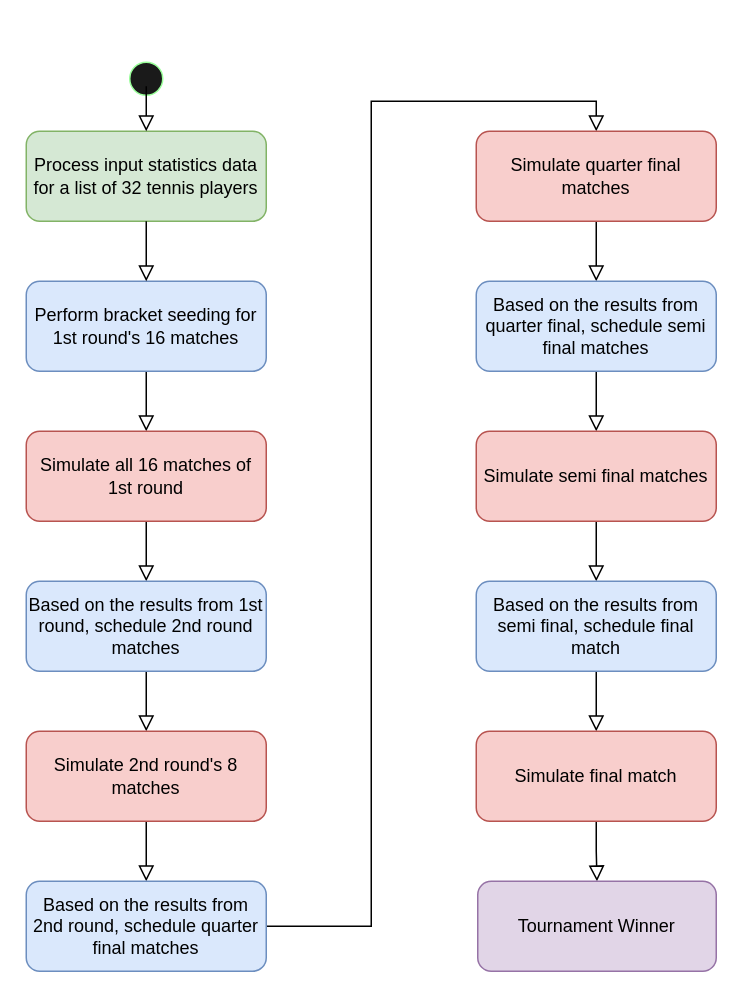
Earlier version of the draw.io diagram Final Project/TennisModel/HighLevelScheduleDiagram.drawio (sriksrik7/SYS-611). Source tidied: cells renumbered, new cells numbered last; positions are measured from the earlier drawing's top-left corner, leaving out a move shared by most shapes. Both pictures are drawn from the tidied source at 150%, with x=0, y=0 at pixel (26, 56).
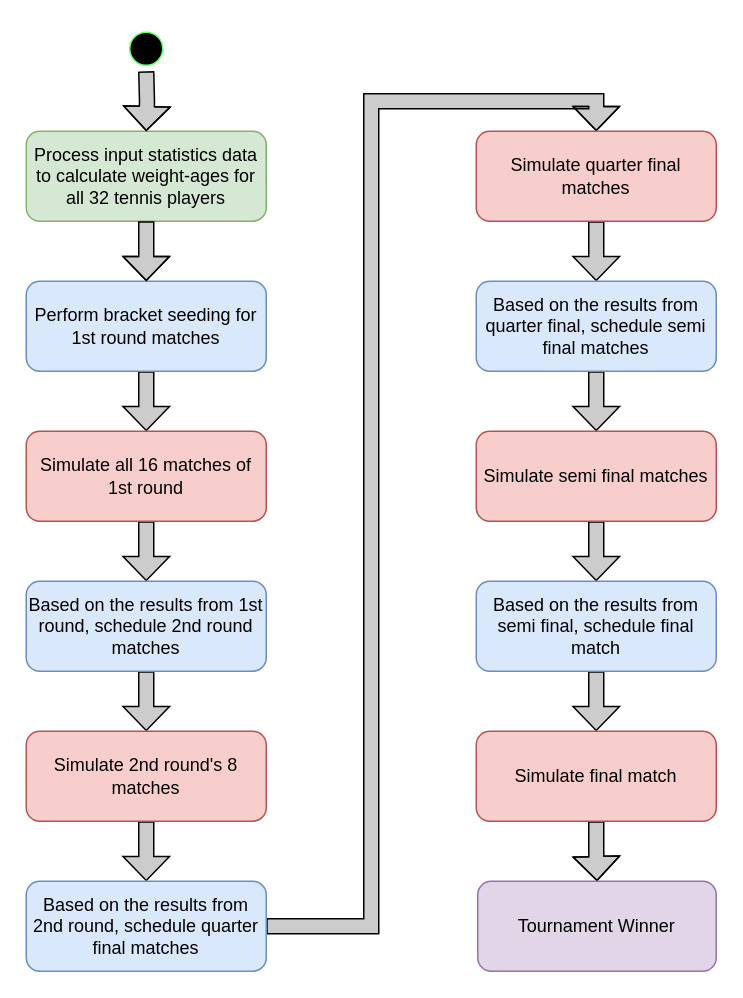
The same diagram, later.

The change refers to these unchanged cells:
```xml
<mxCell id="7" value="Simulate all 16 matches of 1st round" style="rounded=1;whiteSpace=wrap;html=1;fillColor=#f8cecc;strokeColor=#b85450;" parent="1" vertex="1">
  <mxGeometry y="250" width="160" height="60" as="geometry" />
</mxCell>
<mxCell id="9" value="Based on the results from 1st round, schedule 2nd round matches" style="rounded=1;whiteSpace=wrap;html=1;fillColor=#dae8fc;strokeColor=#6c8ebf;" parent="1" vertex="1">
  <mxGeometry y="350" width="160" height="60" as="geometry" />
</mxCell>
<mxCell id="11" value="Simulate 2nd round's 8 matches" style="rounded=1;whiteSpace=wrap;html=1;fillColor=#f8cecc;strokeColor=#b85450;" parent="1" vertex="1">
  <mxGeometry y="450" width="160" height="60" as="geometry" />
</mxCell>
<mxCell id="13" value="Based on the results from 2nd round, schedule quarter final matches" style="rounded=1;whiteSpace=wrap;html=1;fillColor=#dae8fc;strokeColor=#6c8ebf;" parent="1" vertex="1">
  <mxGeometry y="550" width="160" height="60" as="geometry" />
</mxCell>
<mxCell id="15" value="Simulate quarter final matches" style="rounded=1;whiteSpace=wrap;html=1;fillColor=#f8cecc;strokeColor=#b85450;" parent="1" vertex="1">
  <mxGeometry x="300" y="50" width="160" height="60" as="geometry" />
</mxCell>
<mxCell id="17" value="Based on the results from quarter final, schedule semi final matches" style="rounded=1;whiteSpace=wrap;html=1;fillColor=#dae8fc;strokeColor=#6c8ebf;" parent="1" vertex="1">
  <mxGeometry x="300" y="150" width="160" height="60" as="geometry" />
</mxCell>
<mxCell id="19" value="Simulate semi final matches" style="rounded=1;whiteSpace=wrap;html=1;fillColor=#f8cecc;strokeColor=#b85450;" parent="1" vertex="1">
  <mxGeometry x="300" y="250" width="160" height="60" as="geometry" />
</mxCell>
<mxCell id="21" value="Based on the results from semi final, schedule final match" style="rounded=1;whiteSpace=wrap;html=1;fillColor=#dae8fc;strokeColor=#6c8ebf;" parent="1" vertex="1">
  <mxGeometry x="300" y="350" width="160" height="60" as="geometry" />
</mxCell>
<mxCell id="23" value="Simulate final match" style="rounded=1;whiteSpace=wrap;html=1;fillColor=#f8cecc;strokeColor=#b85450;" parent="1" vertex="1">
  <mxGeometry x="300" y="450" width="160" height="60" as="geometry" />
</mxCell>
<mxCell id="24" value="Tournament Winner" style="rounded=1;whiteSpace=wrap;html=1;fillColor=#e1d5e7;strokeColor=#9673a6;" parent="1" vertex="1">
  <mxGeometry x="301" y="550" width="159" height="60" as="geometry" />
</mxCell>
```

The edit, as a diff of the source:
```diff
@@
-    <mxCell id="2" value="Process input statistics data for a list of 32 tennis players" style="rounded=1;whiteSpace=wrap;html=1;fontSize=12;glass=0;strokeWidth=1;shadow=0;fillColor=#d5e8d4;strokeColor=#82b366;" parent="1" vertex="1">
+    <mxCell id="2" value="Process input statistics data to calculate weight-ages for all 32 tennis players" style="rounded=1;whiteSpace=wrap;html=1;fontSize=12;glass=0;strokeWidth=1;shadow=0;fillColor=#d5e8d4;strokeColor=#82b366;" parent="1" vertex="1">
       <mxGeometry y="50" width="160" height="60" as="geometry" />
     </mxCell>
-    <mxCell id="3" style="edgeStyle=orthogonalEdgeStyle;rounded=0;jettySize=auto;html=1;endArrow=block;endFill=0;endSize=8;" parent="1" edge="1" source="4" target="7">
+    <mxCell id="3" style="edgeStyle=orthogonalEdgeStyle;rounded=0;jettySize=auto;html=1;endArrow=block;endFill=0;endSize=5;shape=flexArrow;startSize=3;strokeWidth=1;fillColor=#CCCCCC;" parent="1" edge="1" source="4" target="7">
       <mxGeometry relative="1" as="geometry" />
     </mxCell>
-    <mxCell id="4" value="Perform bracket seeding for 1st round's 16 matches" style="rounded=1;whiteSpace=wrap;html=1;fontSize=12;glass=0;strokeWidth=1;shadow=0;fillColor=#dae8fc;strokeColor=#6c8ebf;" parent="1" vertex="1">
+    <mxCell id="4" value="Perform bracket seeding for 1st round matches" style="rounded=1;whiteSpace=wrap;html=1;fontSize=12;glass=0;strokeWidth=1;shadow=0;fillColor=#dae8fc;strokeColor=#6c8ebf;" parent="1" vertex="1">
       <mxGeometry y="150" width="160" height="60" as="geometry" />
     </mxCell>
-    <mxCell id="5" style="rounded=1;html=1;jettySize=auto;fontSize=11;endArrow=block;endFill=0;endSize=8;strokeWidth=1;shadow=0;labelBackgroundColor=none;edgeStyle=orthogonalEdgeStyle;" parent="1" edge="1" source="2" target="4">
-      <mxGeometry relative="1" as="geometry" />
-    </mxCell>
-    <mxCell id="6" style="edgeStyle=orthogonalEdgeStyle;rounded=0;jettySize=auto;html=1;endArrow=block;endFill=0;endSize=8;" parent="1" edge="1" source="7" target="9">
+    <mxCell id="6" style="edgeStyle=orthogonalEdgeStyle;rounded=0;jettySize=auto;html=1;endArrow=block;endFill=0;endSize=5;shape=flexArrow;startSize=3;fillColor=#CCCCCC;" parent="1" edge="1" source="7" target="9">
       <mxGeometry relative="1" as="geometry" />
     </mxCell>
@@
-    <mxCell id="8" style="edgeStyle=orthogonalEdgeStyle;rounded=0;jettySize=auto;html=1;endArrow=block;endFill=0;endSize=8;" parent="1" edge="1" source="9" target="11">
+    <mxCell id="8" style="edgeStyle=orthogonalEdgeStyle;rounded=0;jettySize=auto;html=1;endArrow=block;endFill=0;endSize=5;shape=flexArrow;startSize=3;fillColor=#CCCCCC;" parent="1" edge="1" source="9" target="11">
       <mxGeometry relative="1" as="geometry" />
     </mxCell>
@@
-    <mxCell id="10" style="edgeStyle=orthogonalEdgeStyle;rounded=0;jettySize=auto;html=1;endArrow=block;endFill=0;endSize=8;" parent="1" edge="1" source="11" target="13">
+    <mxCell id="10" style="edgeStyle=orthogonalEdgeStyle;rounded=0;jettySize=auto;html=1;endArrow=block;endFill=0;endSize=5;shape=flexArrow;startSize=3;fillColor=#CCCCCC;" parent="1" edge="1" source="11" target="13">
       <mxGeometry relative="1" as="geometry" />
     </mxCell>
@@
-    <mxCell id="12" style="edgeStyle=orthogonalEdgeStyle;rounded=0;jettySize=auto;html=1;entryX=0.5;entryY=0;entryDx=0;entryDy=0;endArrow=block;endFill=0;endSize=8;" parent="1" edge="1" source="13" target="15">
+    <mxCell id="12" style="edgeStyle=orthogonalEdgeStyle;rounded=0;jettySize=auto;html=1;entryX=0.5;entryY=0;entryDx=0;entryDy=0;endArrow=block;endFill=0;endSize=5;startSize=3;shape=flexArrow;fillColor=#CCCCCC;" parent="1" edge="1" source="13" target="15">
       <mxGeometry relative="1" as="geometry" />
     </mxCell>
@@
-    <mxCell id="14" style="edgeStyle=orthogonalEdgeStyle;rounded=0;jettySize=auto;html=1;endArrow=block;endFill=0;endSize=8;" parent="1" edge="1" source="15" target="17">
+    <mxCell id="14" style="edgeStyle=orthogonalEdgeStyle;rounded=0;jettySize=auto;html=1;endArrow=block;endFill=0;endSize=5;shape=flexArrow;startSize=3;fillColor=#CCCCCC;" parent="1" edge="1" source="15" target="17">
       <mxGeometry relative="1" as="geometry" />
     </mxCell>
@@
-    <mxCell id="16" style="edgeStyle=orthogonalEdgeStyle;rounded=0;jettySize=auto;html=1;endArrow=block;endFill=0;endSize=8;" parent="1" edge="1" source="17" target="19">
+    <mxCell id="16" style="edgeStyle=orthogonalEdgeStyle;rounded=0;jettySize=auto;html=1;endArrow=block;endFill=0;endSize=5;shape=flexArrow;fillColor=#CCCCCC;startSize=3;" parent="1" edge="1" source="17" target="19">
       <mxGeometry relative="1" as="geometry" />
     </mxCell>
@@
-    <mxCell id="18" style="edgeStyle=orthogonalEdgeStyle;rounded=0;jettySize=auto;html=1;endArrow=block;endFill=0;endSize=8;" parent="1" edge="1" source="19" target="21">
+    <mxCell id="18" style="edgeStyle=orthogonalEdgeStyle;rounded=0;jettySize=auto;html=1;endArrow=block;endFill=0;endSize=5;shape=flexArrow;fillColor=#CCCCCC;startSize=3;" parent="1" edge="1" source="19" target="21">
       <mxGeometry relative="1" as="geometry" />
     </mxCell>
@@
-    <mxCell id="20" style="edgeStyle=orthogonalEdgeStyle;rounded=0;jettySize=auto;html=1;endArrow=block;endFill=0;endSize=8;" parent="1" edge="1" source="21" target="23">
+    <mxCell id="20" style="edgeStyle=orthogonalEdgeStyle;rounded=0;jettySize=auto;html=1;endArrow=block;endFill=0;endSize=5;shape=flexArrow;fillColor=#CCCCCC;startSize=3;" parent="1" edge="1" source="21" target="23">
       <mxGeometry relative="1" as="geometry" />
     </mxCell>
@@
-    <mxCell id="22" style="edgeStyle=orthogonalEdgeStyle;rounded=0;jettySize=auto;html=1;endArrow=block;endFill=0;endSize=8;" parent="1" edge="1" source="23" target="24">
+    <mxCell id="22" style="edgeStyle=orthogonalEdgeStyle;rounded=0;jettySize=auto;html=1;endArrow=block;endFill=0;endSize=5;shape=flexArrow;startSize=3;fillColor=#CCCCCC;" parent="1" edge="1" source="23" target="24">
       <mxGeometry relative="1" as="geometry" />
     </mxCell>
@@
-    <mxCell id="25" style="ellipse;html=1;shape=startState;fillColor=#1A1A1A;strokeColor=#99FF99;" parent="1" vertex="1">
-      <mxGeometry x="65" width="30" height="30" as="geometry" />
-    </mxCell>
-    <mxCell id="26" style="edgeStyle=orthogonalEdgeStyle;html=1;verticalAlign=bottom;endArrow=block;endSize=8;endFill=0;" parent="1" edge="1">
-      <mxGeometry relative="1" as="geometry">
-        <mxPoint x="80" y="20" as="sourcePoint" />
-        <mxPoint x="80" y="50" as="targetPoint" />
-      </mxGeometry>
-    </mxCell>
+    <mxCell id="27" style="edgeStyle=orthogonalEdgeStyle;rounded=0;jettySize=auto;html=1;endArrow=block;endFill=0;endSize=5;shape=flexArrow;startSize=3;exitX=0.5;exitY=1;exitDx=0;exitDy=0;fillColor=#CCCCCC;" parent="1" edge="1" source="2">
+      <mxGeometry relative="1" as="geometry">
+        <mxPoint x="80" y="150" as="targetPoint" />
+      </mxGeometry>
+    </mxCell>
+    <mxCell id="28" style="ellipse;html=1;shape=startState;fillColor=#000000;strokeColor=#66FF66;" parent="1" vertex="1">
+      <mxGeometry x="65" y="-20" width="30" height="30" as="geometry" />
+    </mxCell>
+    <mxCell id="29" style="edgeStyle=orthogonalEdgeStyle;html=1;verticalAlign=bottom;endArrow=open;endSize=5;fillColor=#CCCCCC;shape=flexArrow;startSize=3;entryX=0.5;entryY=0;entryDx=0;entryDy=0;" parent="1" edge="1" target="2">
+      <mxGeometry relative="1" as="geometry">
+        <mxPoint x="80" y="10" as="sourcePoint" />
+      </mxGeometry>
+    </mxCell>
```
